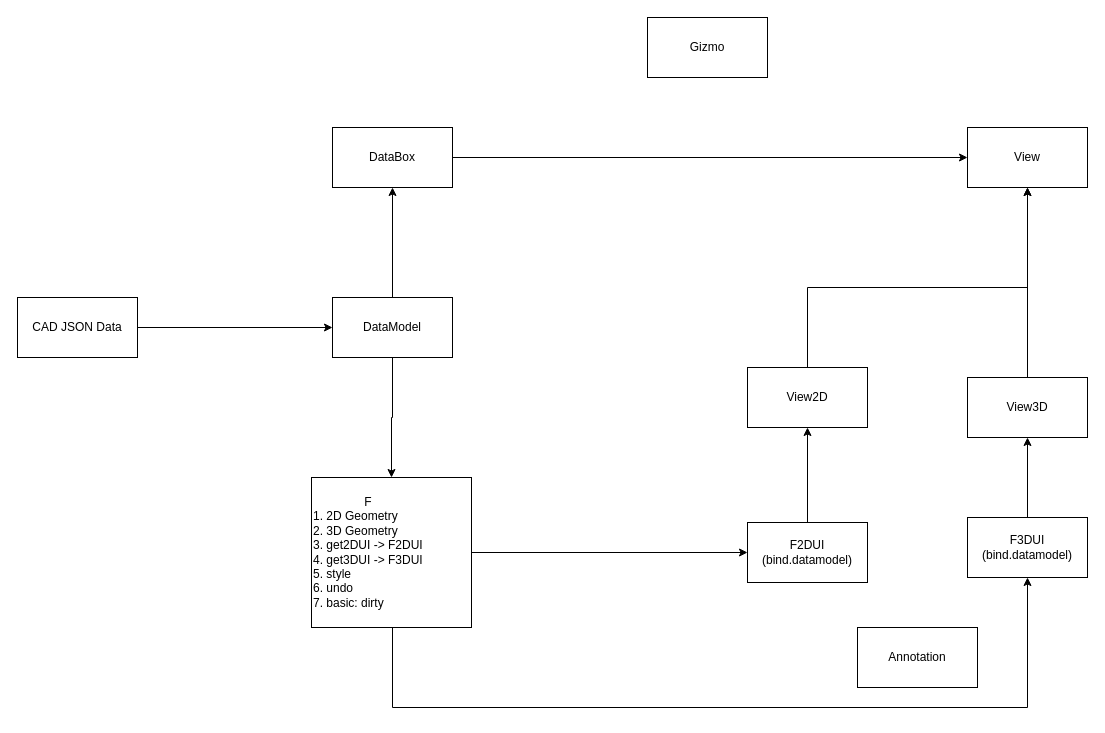
Above: increate/架构.drawio in ue007/workflow (draw.io), before the change. Source tidied: cells renumbered, new cells numbered last; positions are measured from the earlier drawing's top-left corner, leaving out a move shared by most shapes. Both pictures are drawn from the tidied source at 100%, with x=0, y=0 at pixel (17, 17).
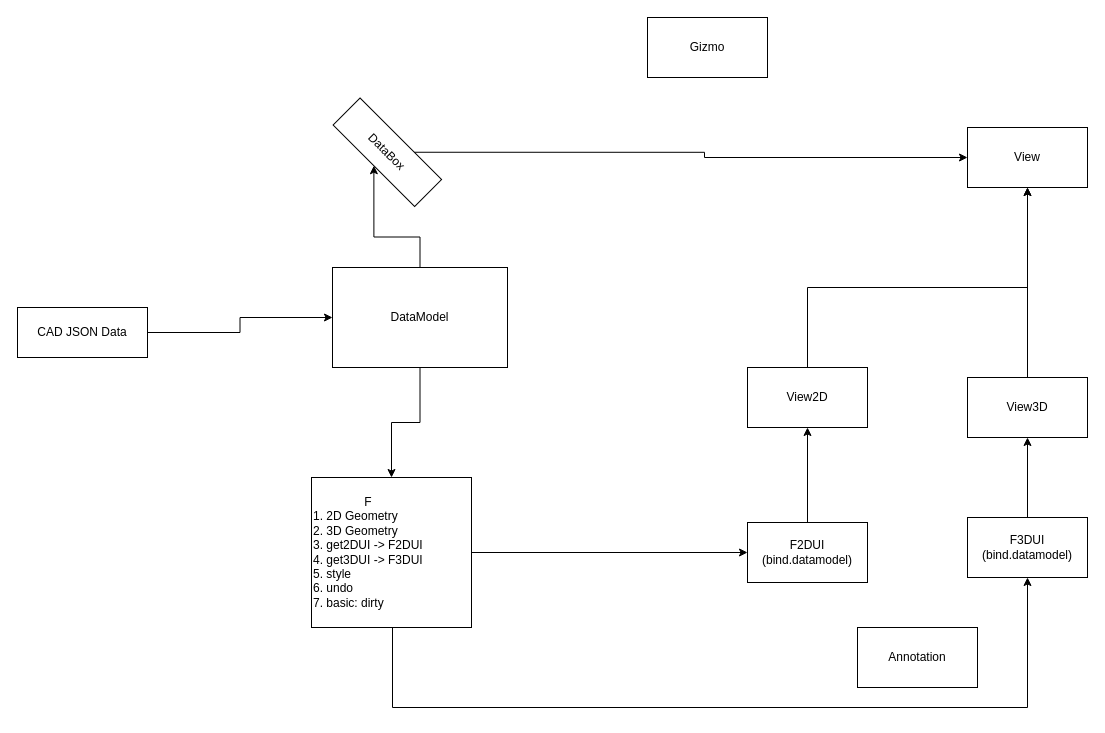
After the change.

What changed in the source:
```diff
@@
-    <mxCell id="3" value="DataBox" style="rounded=0;whiteSpace=wrap;html=1;" parent="1" vertex="1">
-      <mxGeometry x="315" y="110" width="120" height="60" as="geometry" />
+    <mxCell id="3" value="DataBox" style="rounded=0;whiteSpace=wrap;html=1;rotation=45;" parent="1" vertex="1">
+      <mxGeometry x="312.2" y="115.7" width="115.3" height="38.1" as="geometry" />
     </mxCell>
@@
     <mxCell id="7" value="DataModel" style="rounded=0;whiteSpace=wrap;html=1;" parent="1" vertex="1">
-      <mxGeometry x="315" y="280" width="120" height="60" as="geometry" />
+      <mxGeometry x="315" y="250" width="175" height="100" as="geometry" />
     </mxCell>
@@
     <mxCell id="20" value="CAD JSON Data" style="rounded=0;whiteSpace=wrap;html=1;" parent="1" vertex="1">
-      <mxGeometry y="280" width="120" height="60" as="geometry" />
+      <mxGeometry y="290" width="130" height="50" as="geometry" />
     </mxCell>
```
